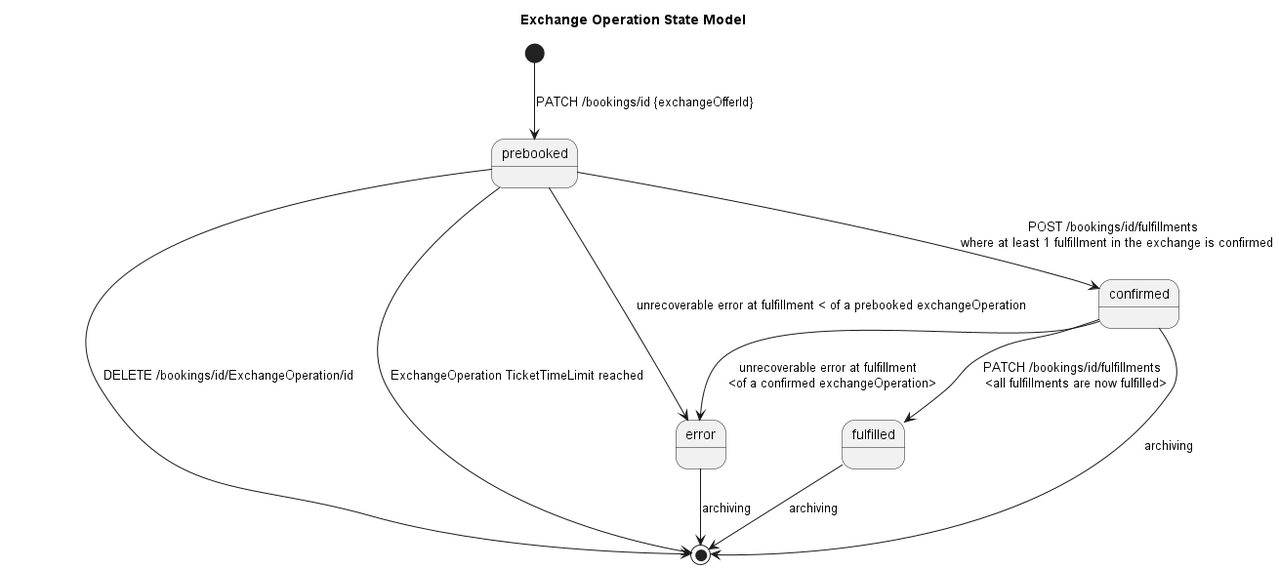
Earlier version of the PlantUML export images/models/exchangeOperation-state-model.png (UnionInternationalCheminsdeFer/OSDM).
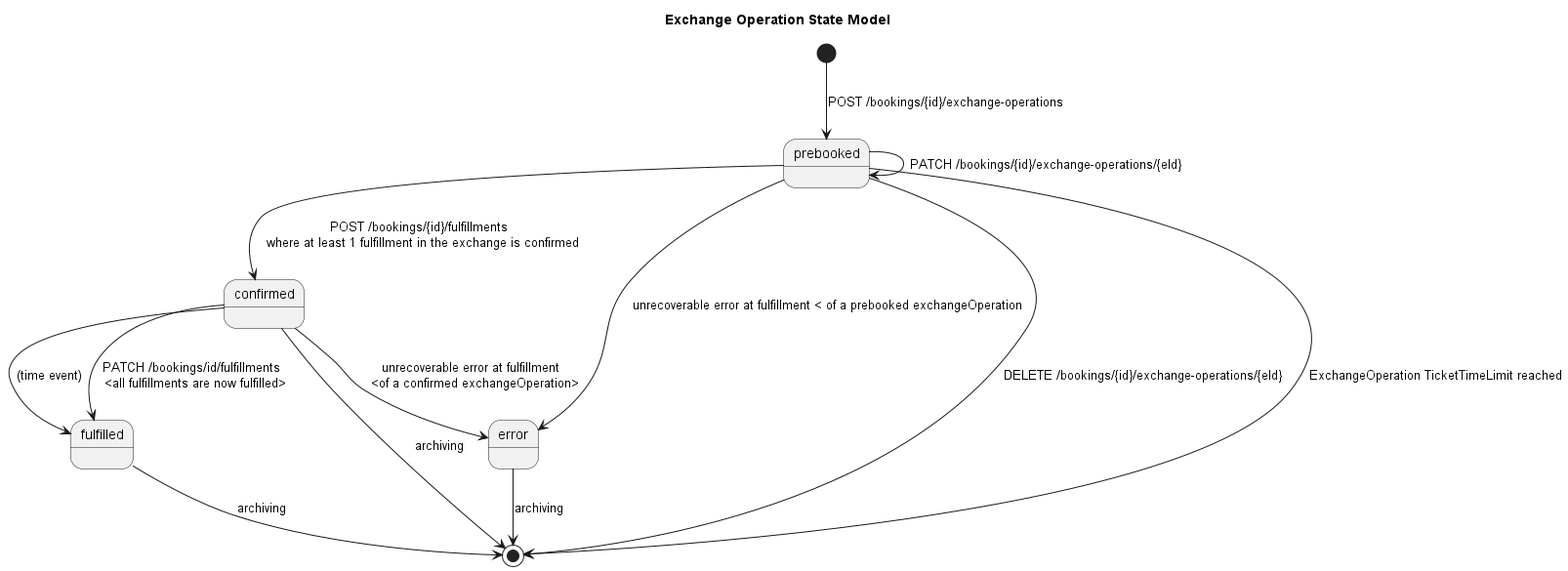
After the change.

Commit message:
Corrected images for state diagrams

The edit, as a diff of the source:
```diff
@@ -1,13 +1,19 @@
 @startuml
 title "Exchange Operation State Model"
 
-[*] --> prebooked: PATCH /bookings/id {exchangeOfferId}
-prebooked --> confirmed: POST /bookings/id/fulfillments \n where at least 1 fulfillment in the exchange is confirmed
-prebooked --> [*]: DELETE /bookings/id/ExchangeOperation/id
+[*] --> prebooked: POST /bookings/{id}/exchange-operations
+
+prebooked --> prebooked: PATCH /bookings/{id}/exchange-operations/{eId}
+prebooked --> confirmed: POST /bookings/{id}/fulfillments \n where at least 1 fulfillment in the exchange is confirmed
+prebooked --> error: unrecoverable error at fulfillment < of a prebooked exchangeOperation
+
+prebooked --> [*]: DELETE /bookings/{id}/exchange-operations/{eId}
 prebooked --> [*]: ExchangeOperation TicketTimeLimit reached
-prebooked --> error: unrecoverable error at fulfillment < of a prebooked exchangeOperation
+
 confirmed --> fulfilled: PATCH /bookings/id/fulfillments \n <all fulfillments are now fulfilled>
+confirmed --> fulfilled: (time event)
 confirmed --> error: unrecoverable error at fulfillment \n <of a confirmed exchangeOperation>
+
 confirmed --> [*] : archiving
 fulfilled --> [*] : archiving
 error --> [*] : archiving
```
